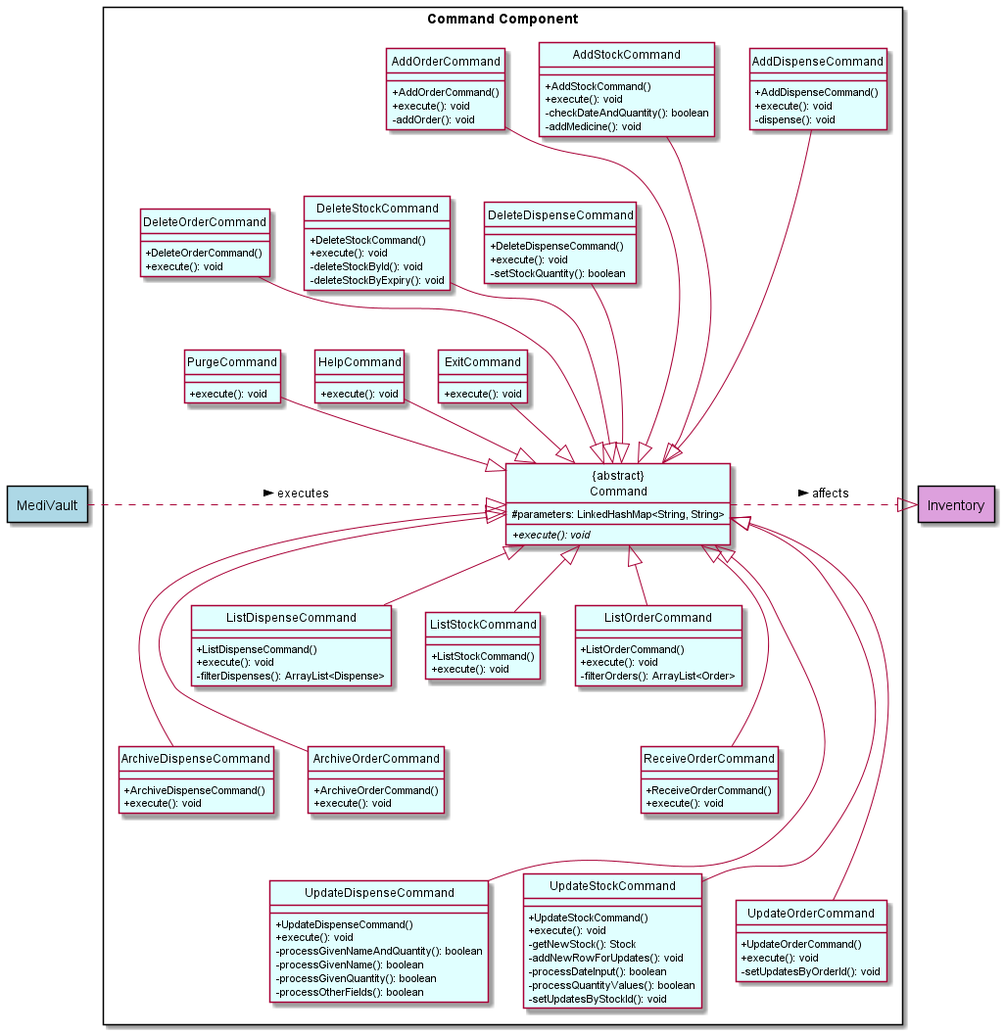
The PlantUML diagram docs/diagrams/diagram_images/CommandClassDiagram.png in nus-cs2113-AY2122S1/tp, before a commit. The source it was exported from:
```plantuml
@startuml

!include style.puml

hide circle
skinparam classAttributeIconSize 0
skinparam classBackgroundColor COLOR_COMMAND_BOX

package "Command Component" <<Rectangle>> {
    class "{abstract}\nCommand" as Command
    class AddDispenseCommand
    class AddStockCommand
    class AddOrderCommand
    class ArchiveDispenseCommand
    class ArchiveOrderCommand
    class DeleteDispenseCommand
    class DeleteStockCommand
    class DeleteOrderCommand
    class ExitCommand
    class HelpCommand
    class ListDispenseCommand
    class ListStockCommand
    class ListOrderCommand
    class PurgeCommand
    class ReceiveOrderCommand
    class UpdateDispenseCommand
    class UpdateStockCommand
    class UpdateOrderCommand

}

package MediVault <<Rectangle>> COLOR_MEDIVAULT_BOX {
}

package Inventory <<Rectangle>> COLOR_INVENTORY_BOX {
}

class Command {
    #parameters: LinkedHashMap<String, String>
    +execute(): void{abstract}
}

class AddDispenseCommand {
    +AddDispenseCommand()
    +execute(): void
    -dispense(): void
}

class AddStockCommand {
    +AddStockCommand()
    +execute(): void
    -checkDateAndQuantity(): boolean
    -addMedicine(): void
}

class AddOrderCommand {
    +AddOrderCommand()
    +execute(): void
    -addOrder(): void
}

class ArchiveDispenseCommand {
    +ArchiveDispenseCommand()
    +execute(): void
}

class ArchiveOrderCommand {
    +ArchiveOrderCommand()
    +execute(): void
}

class DeleteDispenseCommand {
    +DeleteDispenseCommand()
    +execute(): void
    -setStockQuantity(): boolean
}

class DeleteStockCommand {
    +DeleteStockCommand()
    +execute(): void
    -deleteStockById(): void
    -deleteStockByExpiry(): void
}

class DeleteOrderCommand {
    +DeleteOrderCommand()
    +execute(): void
}

class ExitCommand {
    +execute(): void
}

class HelpCommand {
    +execute(): void
}

class ListDispenseCommand {
    +ListDispenseCommand()
    +execute(): void
    -filterDispenses(): ArrayList<Dispense>
}

class ListStockCommand {
    +ListStockCommand()
    +execute(): void
}

class ListOrderCommand {
    +ListOrderCommand()
    +execute(): void
    -filterOrders(): ArrayList<Order>
}

class PurgeCommand {
    +execute(): void
}

class ReceiveOrderCommand {
    +ReceiveOrderCommand()
    +execute(): void
}

class UpdateDispenseCommand {
    +UpdateDispenseCommand()
    +execute(): void
    -processGivenNameAndQuantity(): boolean
    -processGivenName(): boolean
    -processGivenQuantity(): boolean
    -processOtherFields(): boolean
}

class UpdateOrderCommand {
    +UpdateOrderCommand()
    +execute(): void
    -setUpdatesByOrderId(): void
}

class UpdateStockCommand {
    +UpdateStockCommand()
    +execute(): void
    -getNewStock(): Stock
    -addNewRowForUpdates(): void
    -processDateInput(): boolean
    -processQuantityValues(): boolean
    -setUpdatesByStockId(): void
}

AddDispenseCommand ----|> Command
AddStockCommand ----|> Command
AddOrderCommand ----|> Command
DeleteDispenseCommand ---|> Command
DeleteStockCommand ---|> Command
DeleteOrderCommand ---|> Command
ExitCommand --|> Command
HelpCommand --|> Command
PurgeCommand --|> Command
ListDispenseCommand --up|> Command
ListStockCommand --up|> Command
ListOrderCommand --up|> Command
ReceiveOrderCommand ---up|> Command
ArchiveDispenseCommand ---up|> Command
ArchiveOrderCommand ---up|> Command
UpdateOrderCommand ----up|> Command
UpdateDispenseCommand ----up|> Command
UpdateStockCommand ----up|> Command

MediVault ---.right|> Command: executes >
Command ---.right|> Inventory: affects >


@enduml
```
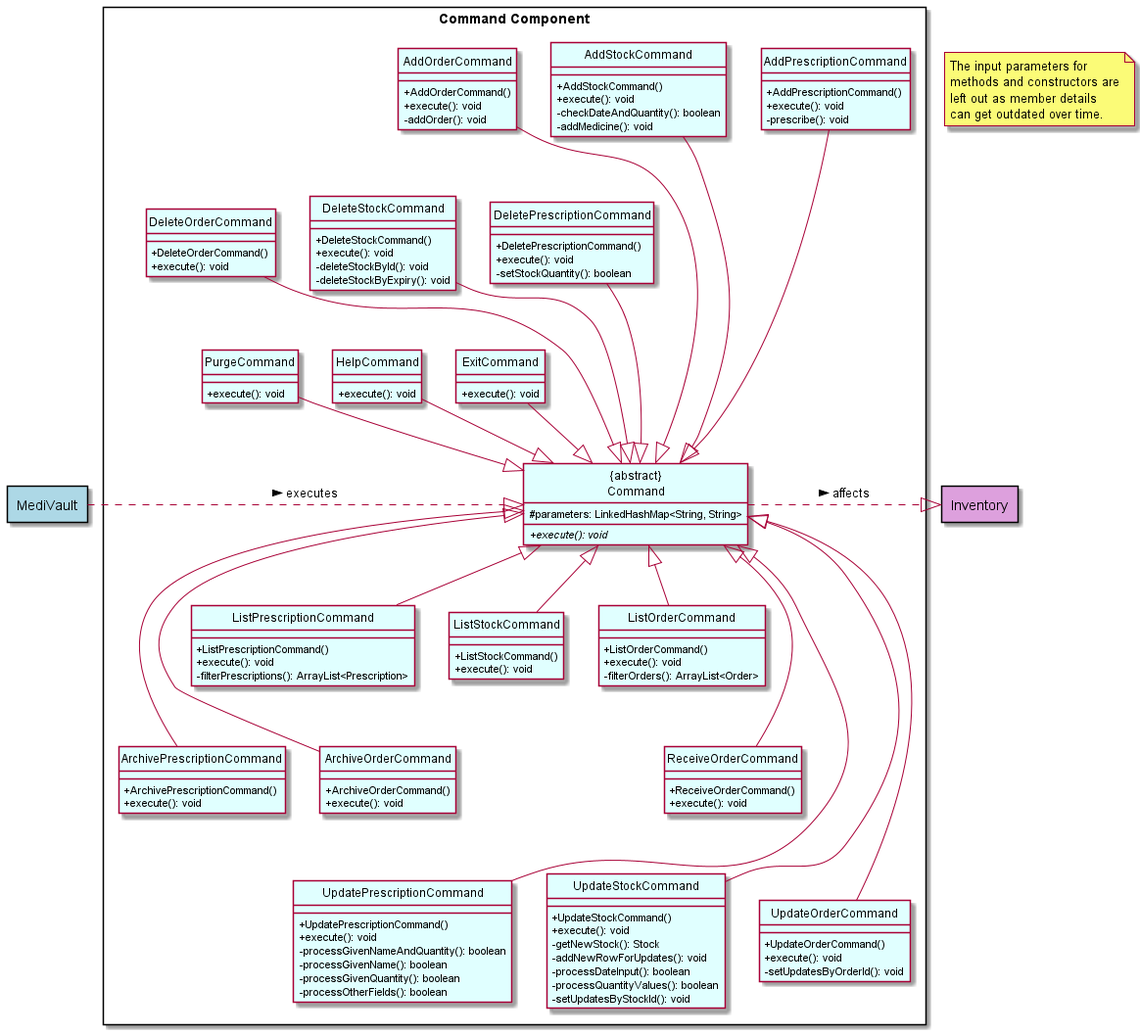
After the change.

Commit message:
Modify command names for command class diagram

What changed in the source:
```diff
@@ -8,22 +8,22 @@
 
 package "Command Component" <<Rectangle>> {
     class "{abstract}\nCommand" as Command
-    class AddDispenseCommand
+    class AddPrescriptionCommand
     class AddStockCommand
     class AddOrderCommand
-    class ArchiveDispenseCommand
+    class ArchivePrescriptionCommand
     class ArchiveOrderCommand
-    class DeleteDispenseCommand
+    class DeletePrescriptionCommand
     class DeleteStockCommand
     class DeleteOrderCommand
     class ExitCommand
     class HelpCommand
-    class ListDispenseCommand
+    class ListPrescriptionCommand
     class ListStockCommand
     class ListOrderCommand
     class PurgeCommand
     class ReceiveOrderCommand
-    class UpdateDispenseCommand
+    class UpdatePrescriptionCommand
     class UpdateStockCommand
     class UpdateOrderCommand
 
@@ -40,10 +40,10 @@
     +execute(): void{abstract}
 }
 
-class AddDispenseCommand {
-    +AddDispenseCommand()
+class AddPrescriptionCommand {
+    +AddPrescriptionCommand()
     +execute(): void
-    -dispense(): void
+    -prescribe(): void
 }
 
 class AddStockCommand {
@@ -59,8 +59,8 @@
     -addOrder(): void
 }
 
-class ArchiveDispenseCommand {
-    +ArchiveDispenseCommand()
+class ArchivePrescriptionCommand {
+    +ArchivePrescriptionCommand()
     +execute(): void
 }
 
@@ -69,8 +69,8 @@
     +execute(): void
 }
 
-class DeleteDispenseCommand {
-    +DeleteDispenseCommand()
+class DeletePrescriptionCommand {
+    +DeletePrescriptionCommand()
     +execute(): void
     -setStockQuantity(): boolean
 }
@@ -95,10 +95,10 @@
     +execute(): void
 }
 
-class ListDispenseCommand {
-    +ListDispenseCommand()
+class ListPrescriptionCommand {
+    +ListPrescriptionCommand()
     +execute(): void
-    -filterDispenses(): ArrayList<Dispense>
+    -filterPrescriptions(): ArrayList<Prescription>
 }
 
 class ListStockCommand {
@@ -121,8 +121,8 @@
     +execute(): void
 }
 
-class UpdateDispenseCommand {
-    +UpdateDispenseCommand()
+class UpdatePrescriptionCommand {
+    +UpdatePrescriptionCommand()
     +execute(): void
     -processGivenNameAndQuantity(): boolean
     -processGivenName(): boolean
@@ -146,27 +146,34 @@
     -setUpdatesByStockId(): void
 }
 
-AddDispenseCommand ----|> Command
+AddPrescriptionCommand ----|> Command
 AddStockCommand ----|> Command
 AddOrderCommand ----|> Command
-DeleteDispenseCommand ---|> Command
+DeletePrescriptionCommand ---|> Command
 DeleteStockCommand ---|> Command
 DeleteOrderCommand ---|> Command
 ExitCommand --|> Command
 HelpCommand --|> Command
 PurgeCommand --|> Command
-ListDispenseCommand --up|> Command
+ListPrescriptionCommand --up|> Command
 ListStockCommand --up|> Command
 ListOrderCommand --up|> Command
 ReceiveOrderCommand ---up|> Command
-ArchiveDispenseCommand ---up|> Command
+ArchivePrescriptionCommand ---up|> Command
 ArchiveOrderCommand ---up|> Command
 UpdateOrderCommand ----up|> Command
-UpdateDispenseCommand ----up|> Command
+UpdatePrescriptionCommand ----up|> Command
 UpdateStockCommand ----up|> Command
 
 MediVault ---.right|> Command: executes >
 Command ---.right|> Inventory: affects >
 
+note as ConstraintsNote
+The input parameters for
+methods and constructors are
+left out as member details
+can get outdated over time.
+end note
+
 
 @enduml
```
